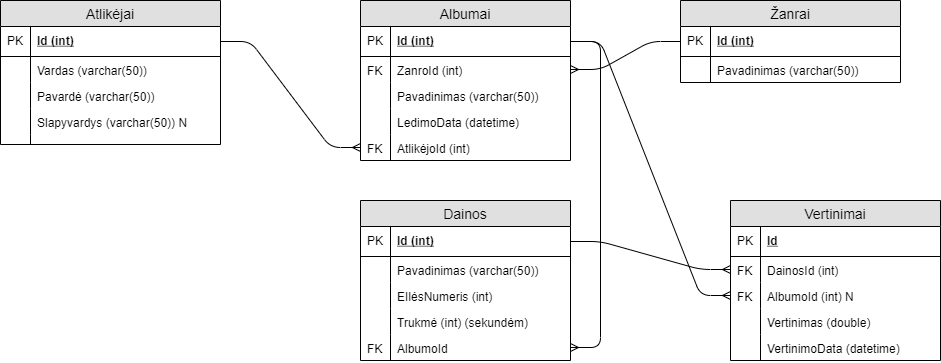
jur1jus/Db_testas keeps this draw.io diagram as Testas.png. Above is the earlier version. Source tidied: cells renumbered, new cells last; positions are measured from the earlier drawing's top-left corner, leaving out a move shared by most shapes. The source it was exported from:
```xml
<mxGraphModel>
  <root>
    <mxCell id="0" />
    <mxCell id="1" parent="0" />
    <mxCell id="2" value="Atlikėjai" style="swimlane;fontStyle=0;horizontal=1;startSize=26;fillColor=#e0e0e0;swimlaneFillColor=#ffffff;align=center;fontSize=14;" parent="1" vertex="1">
      <mxGeometry width="220" height="144" as="geometry" />
    </mxCell>
    <mxCell id="3" value="Id (int)" style="shape=partialRectangle;top=0;left=0;right=0;bottom=1;align=left;verticalAlign=middle;fillColor=none;spacingLeft=34;spacingRight=4;overflow=hidden;points=[[0,0.5],[1,0.5]];portConstraint=eastwest;fontStyle=5;fontSize=12;" parent="2" vertex="1">
      <mxGeometry y="26" width="220" height="30" as="geometry" />
    </mxCell>
    <mxCell id="4" value="PK" style="shape=partialRectangle;top=0;left=0;bottom=0;fillColor=none;align=left;verticalAlign=middle;spacingLeft=4;spacingRight=4;overflow=hidden;fontSize=12;" parent="3" vertex="1">
      <mxGeometry width="30" height="30" as="geometry" />
    </mxCell>
    <mxCell id="5" value="Vardas (varchar(50))" style="shape=partialRectangle;top=0;left=0;right=0;bottom=0;align=left;verticalAlign=top;fillColor=none;spacingLeft=34;spacingRight=4;overflow=hidden;fontSize=12;" parent="2" vertex="1">
      <mxGeometry y="56" width="220" height="26" as="geometry" />
    </mxCell>
    <mxCell id="6" style="shape=partialRectangle;top=0;left=0;bottom=0;fillColor=none;align=left;verticalAlign=top;spacingLeft=4;spacingRight=4;overflow=hidden;fontSize=12;" parent="5" vertex="1">
      <mxGeometry width="30" height="26" as="geometry" />
    </mxCell>
    <mxCell id="7" value="Pavardė (varchar(50))" style="shape=partialRectangle;top=0;left=0;right=0;bottom=0;align=left;verticalAlign=top;fillColor=none;spacingLeft=34;spacingRight=4;overflow=hidden;fontSize=12;" parent="2" vertex="1">
      <mxGeometry y="82" width="220" height="26" as="geometry" />
    </mxCell>
    <mxCell id="8" style="shape=partialRectangle;top=0;left=0;bottom=0;fillColor=none;align=left;verticalAlign=top;spacingLeft=4;spacingRight=4;overflow=hidden;fontSize=12;" parent="7" vertex="1">
      <mxGeometry width="30" height="26" as="geometry" />
    </mxCell>
    <mxCell id="9" value="Slapyvardys (varchar(50)) N" style="shape=partialRectangle;top=0;left=0;right=0;bottom=0;align=left;verticalAlign=top;fillColor=none;spacingLeft=34;spacingRight=4;overflow=hidden;fontSize=12;" parent="2" vertex="1">
      <mxGeometry y="108" width="220" height="26" as="geometry" />
    </mxCell>
    <mxCell id="10" style="shape=partialRectangle;top=0;left=0;bottom=0;fillColor=none;align=left;verticalAlign=top;spacingLeft=4;spacingRight=4;overflow=hidden;fontSize=12;" parent="9" vertex="1">
      <mxGeometry width="30" height="26" as="geometry" />
    </mxCell>
    <mxCell id="11" style="shape=partialRectangle;top=0;left=0;right=0;bottom=0;align=left;verticalAlign=top;fillColor=none;spacingLeft=34;spacingRight=4;overflow=hidden;fontSize=12;" parent="2" vertex="1">
      <mxGeometry y="134" width="220" height="10" as="geometry" />
    </mxCell>
    <mxCell id="12" style="shape=partialRectangle;top=0;left=0;bottom=0;fillColor=none;align=left;verticalAlign=top;spacingLeft=4;spacingRight=4;overflow=hidden;fontSize=12;" parent="11" vertex="1">
      <mxGeometry width="30" height="10" as="geometry" />
    </mxCell>
    <mxCell id="13" value="Žanrai" style="swimlane;fontStyle=0;horizontal=1;startSize=26;fillColor=#e0e0e0;swimlaneFillColor=#ffffff;align=center;fontSize=14;" parent="1" vertex="1">
      <mxGeometry x="680" width="220" height="82" as="geometry" />
    </mxCell>
    <mxCell id="14" value="Id (int)" style="shape=partialRectangle;top=0;left=0;right=0;bottom=1;align=left;verticalAlign=middle;fillColor=none;spacingLeft=34;spacingRight=4;overflow=hidden;points=[[0,0.5],[1,0.5]];portConstraint=eastwest;fontStyle=5;fontSize=12;" parent="13" vertex="1">
      <mxGeometry y="26" width="220" height="30" as="geometry" />
    </mxCell>
    <mxCell id="15" value="PK" style="shape=partialRectangle;top=0;left=0;bottom=0;fillColor=none;align=left;verticalAlign=middle;spacingLeft=4;spacingRight=4;overflow=hidden;fontSize=12;" parent="14" vertex="1">
      <mxGeometry width="30" height="30" as="geometry" />
    </mxCell>
    <mxCell id="16" value="Pavadinimas (varchar(50))" style="shape=partialRectangle;top=0;left=0;right=0;bottom=0;align=left;verticalAlign=top;fillColor=none;spacingLeft=34;spacingRight=4;overflow=hidden;fontSize=12;" parent="13" vertex="1">
      <mxGeometry y="56" width="220" height="26" as="geometry" />
    </mxCell>
    <mxCell id="17" style="shape=partialRectangle;top=0;left=0;bottom=0;fillColor=none;align=left;verticalAlign=top;spacingLeft=4;spacingRight=4;overflow=hidden;fontSize=12;" parent="16" vertex="1">
      <mxGeometry width="30" height="26" as="geometry" />
    </mxCell>
    <mxCell id="18" value="Albumai" style="swimlane;fontStyle=0;horizontal=1;startSize=26;fillColor=#e0e0e0;swimlaneFillColor=#ffffff;align=center;fontSize=14;" parent="1" vertex="1">
      <mxGeometry x="360" width="210" height="160" as="geometry" />
    </mxCell>
    <mxCell id="19" value="Id (int)" style="shape=partialRectangle;top=0;left=0;right=0;bottom=1;align=left;verticalAlign=middle;fillColor=none;spacingLeft=34;spacingRight=4;overflow=hidden;points=[[0,0.5],[1,0.5]];portConstraint=eastwest;fontStyle=5;fontSize=12;" parent="18" vertex="1">
      <mxGeometry y="26" width="210" height="30" as="geometry" />
    </mxCell>
    <mxCell id="20" value="PK" style="shape=partialRectangle;top=0;left=0;bottom=0;fillColor=none;align=left;verticalAlign=middle;spacingLeft=4;spacingRight=4;overflow=hidden;fontSize=12;" parent="19" vertex="1">
      <mxGeometry width="30" height="30" as="geometry" />
    </mxCell>
    <mxCell id="21" value="ZanroId (int)" style="shape=partialRectangle;top=0;left=0;right=0;bottom=0;align=left;verticalAlign=top;fillColor=none;spacingLeft=34;spacingRight=4;overflow=hidden;points=[[0,0.5],[1,0.5]];portConstraint=eastwest;fontSize=12;" parent="18" vertex="1">
      <mxGeometry y="56" width="210" height="26" as="geometry" />
    </mxCell>
    <mxCell id="22" value="FK" style="shape=partialRectangle;top=0;left=0;bottom=0;fillColor=none;align=left;verticalAlign=top;spacingLeft=4;spacingRight=4;overflow=hidden;fontSize=12;" parent="21" vertex="1">
      <mxGeometry width="30" height="26" as="geometry" />
    </mxCell>
    <mxCell id="23" value="Pavadinimas (varchar(50))" style="shape=partialRectangle;top=0;left=0;right=0;bottom=0;align=left;verticalAlign=top;fillColor=none;spacingLeft=34;spacingRight=4;overflow=hidden;fontSize=12;" parent="18" vertex="1">
      <mxGeometry y="82" width="210" height="26" as="geometry" />
    </mxCell>
    <mxCell id="24" style="shape=partialRectangle;top=0;left=0;bottom=0;fillColor=none;align=left;verticalAlign=top;spacingLeft=4;spacingRight=4;overflow=hidden;fontSize=12;" parent="23" vertex="1">
      <mxGeometry width="30" height="26" as="geometry" />
    </mxCell>
    <mxCell id="25" value="LedimoData (datetime)" style="shape=partialRectangle;top=0;left=0;right=0;bottom=0;align=left;verticalAlign=top;fillColor=none;spacingLeft=34;spacingRight=4;overflow=hidden;fontSize=12;" parent="18" vertex="1">
      <mxGeometry y="108" width="210" height="26" as="geometry" />
    </mxCell>
    <mxCell id="26" style="shape=partialRectangle;top=0;left=0;bottom=0;fillColor=none;align=left;verticalAlign=top;spacingLeft=4;spacingRight=4;overflow=hidden;fontSize=12;" parent="25" vertex="1">
      <mxGeometry width="30" height="26" as="geometry" />
    </mxCell>
    <mxCell id="27" value="AtlikėjoId (int)" style="shape=partialRectangle;top=0;left=0;right=0;bottom=0;align=left;verticalAlign=top;fillColor=none;spacingLeft=34;spacingRight=4;overflow=hidden;points=[[0,0.5],[1,0.5]];portConstraint=eastwest;fontSize=12;" parent="18" vertex="1">
      <mxGeometry y="134" width="210" height="26" as="geometry" />
    </mxCell>
    <mxCell id="28" value="FK" style="shape=partialRectangle;top=0;left=0;bottom=0;fillColor=none;align=left;verticalAlign=top;spacingLeft=4;spacingRight=4;overflow=hidden;fontSize=12;" parent="27" vertex="1">
      <mxGeometry width="30" height="26" as="geometry" />
    </mxCell>
    <mxCell id="29" style="edgeStyle=entityRelationEdgeStyle;fontSize=12;html=1;endArrow=ERmany;" parent="1" edge="1" source="14" target="21">
      <mxGeometry relative="1" as="geometry" />
    </mxCell>
    <mxCell id="30" style="edgeStyle=entityRelationEdgeStyle;fontSize=12;html=1;endArrow=ERmany;entryX=0;entryY=0.5;entryDx=0;entryDy=0;" parent="1" edge="1" source="3" target="27">
      <mxGeometry relative="1" as="geometry" />
    </mxCell>
    <mxCell id="31" value="Dainos" style="swimlane;fontStyle=0;horizontal=1;startSize=26;fillColor=#e0e0e0;swimlaneFillColor=#ffffff;align=center;fontSize=14;" parent="1" vertex="1">
      <mxGeometry x="360" y="200" width="210" height="160" as="geometry" />
    </mxCell>
    <mxCell id="32" value="Id (int)" style="shape=partialRectangle;top=0;left=0;right=0;bottom=1;align=left;verticalAlign=middle;fillColor=none;spacingLeft=34;spacingRight=4;overflow=hidden;points=[[0,0.5],[1,0.5]];portConstraint=eastwest;fontStyle=5;fontSize=12;" parent="31" vertex="1">
      <mxGeometry y="26" width="210" height="30" as="geometry" />
    </mxCell>
    <mxCell id="33" value="PK" style="shape=partialRectangle;top=0;left=0;bottom=0;fillColor=none;align=left;verticalAlign=middle;spacingLeft=4;spacingRight=4;overflow=hidden;fontSize=12;" parent="32" vertex="1">
      <mxGeometry width="30" height="30" as="geometry" />
    </mxCell>
    <mxCell id="34" value="Pavadinimas (varchar(50))" style="shape=partialRectangle;top=0;left=0;right=0;bottom=0;align=left;verticalAlign=top;fillColor=none;spacingLeft=34;spacingRight=4;overflow=hidden;fontSize=12;" parent="31" vertex="1">
      <mxGeometry y="56" width="210" height="26" as="geometry" />
    </mxCell>
    <mxCell id="35" style="shape=partialRectangle;top=0;left=0;bottom=0;fillColor=none;align=left;verticalAlign=top;spacingLeft=4;spacingRight=4;overflow=hidden;fontSize=12;" parent="34" vertex="1">
      <mxGeometry width="30" height="26" as="geometry" />
    </mxCell>
    <mxCell id="36" value="EIlėsNumeris (int)" style="shape=partialRectangle;top=0;left=0;right=0;bottom=0;align=left;verticalAlign=top;fillColor=none;spacingLeft=34;spacingRight=4;overflow=hidden;fontSize=12;" parent="31" vertex="1">
      <mxGeometry y="82" width="210" height="26" as="geometry" />
    </mxCell>
    <mxCell id="37" style="shape=partialRectangle;top=0;left=0;bottom=0;fillColor=none;align=left;verticalAlign=top;spacingLeft=4;spacingRight=4;overflow=hidden;fontSize=12;" parent="36" vertex="1">
      <mxGeometry width="30" height="26" as="geometry" />
    </mxCell>
    <mxCell id="38" value="Trukmė (int) (sekundėm)" style="shape=partialRectangle;top=0;left=0;right=0;bottom=0;align=left;verticalAlign=top;fillColor=none;spacingLeft=34;spacingRight=4;overflow=hidden;fontSize=12;" parent="31" vertex="1">
      <mxGeometry y="108" width="210" height="26" as="geometry" />
    </mxCell>
    <mxCell id="39" style="shape=partialRectangle;top=0;left=0;bottom=0;fillColor=none;align=left;verticalAlign=top;spacingLeft=4;spacingRight=4;overflow=hidden;fontSize=12;" parent="38" vertex="1">
      <mxGeometry width="30" height="26" as="geometry" />
    </mxCell>
    <mxCell id="40" value="AlbumoId" style="shape=partialRectangle;top=0;left=0;right=0;bottom=0;align=left;verticalAlign=top;fillColor=none;spacingLeft=34;spacingRight=4;overflow=hidden;points=[[0,0.5],[1,0.5]];portConstraint=eastwest;fontSize=12;" parent="31" vertex="1">
      <mxGeometry y="134" width="210" height="26" as="geometry" />
    </mxCell>
    <mxCell id="41" value="FK" style="shape=partialRectangle;top=0;left=0;bottom=0;fillColor=none;align=left;verticalAlign=top;spacingLeft=4;spacingRight=4;overflow=hidden;fontSize=12;" parent="40" vertex="1">
      <mxGeometry width="30" height="26" as="geometry" />
    </mxCell>
    <mxCell id="42" value="Vertinimai" style="swimlane;fontStyle=0;horizontal=1;startSize=26;fillColor=#e0e0e0;swimlaneFillColor=#ffffff;align=center;fontSize=14;" parent="1" vertex="1">
      <mxGeometry x="730" y="200" width="210" height="160" as="geometry" />
    </mxCell>
    <mxCell id="43" value="Id" style="shape=partialRectangle;top=0;left=0;right=0;bottom=1;align=left;verticalAlign=middle;fillColor=none;spacingLeft=34;spacingRight=4;overflow=hidden;fontStyle=5;fontSize=12;" parent="42" vertex="1">
      <mxGeometry y="26" width="210" height="30" as="geometry" />
    </mxCell>
    <mxCell id="44" value="PK" style="shape=partialRectangle;top=0;left=0;bottom=0;fillColor=none;align=left;verticalAlign=middle;spacingLeft=4;spacingRight=4;overflow=hidden;fontSize=12;" parent="43" vertex="1">
      <mxGeometry width="30" height="30" as="geometry" />
    </mxCell>
    <mxCell id="45" value="DainosId (int)" style="shape=partialRectangle;top=0;left=0;right=0;bottom=0;align=left;verticalAlign=top;fillColor=none;spacingLeft=34;spacingRight=4;overflow=hidden;points=[[0,0.5],[1,0.5]];portConstraint=eastwest;fontSize=12;" parent="42" vertex="1">
      <mxGeometry y="56" width="210" height="26" as="geometry" />
    </mxCell>
    <mxCell id="46" value="FK" style="shape=partialRectangle;top=0;left=0;bottom=0;fillColor=none;align=left;verticalAlign=top;spacingLeft=4;spacingRight=4;overflow=hidden;fontSize=12;" parent="45" vertex="1">
      <mxGeometry width="30" height="26" as="geometry" />
    </mxCell>
    <mxCell id="47" value="AlbumoId (int) N" style="shape=partialRectangle;top=0;left=0;right=0;bottom=0;align=left;verticalAlign=top;fillColor=none;spacingLeft=34;spacingRight=4;overflow=hidden;points=[[0,0.5],[1,0.5]];portConstraint=eastwest;fontSize=12;" parent="42" vertex="1">
      <mxGeometry y="82" width="210" height="26" as="geometry" />
    </mxCell>
    <mxCell id="48" value="FK" style="shape=partialRectangle;top=0;left=0;bottom=0;fillColor=none;align=left;verticalAlign=top;spacingLeft=4;spacingRight=4;overflow=hidden;fontSize=12;" parent="47" vertex="1">
      <mxGeometry width="30" height="26" as="geometry" />
    </mxCell>
    <mxCell id="49" value="Vertinimas (double)" style="shape=partialRectangle;top=0;left=0;right=0;bottom=0;align=left;verticalAlign=top;fillColor=none;spacingLeft=34;spacingRight=4;overflow=hidden;fontSize=12;" parent="42" vertex="1">
      <mxGeometry y="108" width="210" height="26" as="geometry" />
    </mxCell>
    <mxCell id="50" style="shape=partialRectangle;top=0;left=0;bottom=0;fillColor=none;align=left;verticalAlign=top;spacingLeft=4;spacingRight=4;overflow=hidden;fontSize=12;" parent="49" vertex="1">
      <mxGeometry width="30" height="26" as="geometry" />
    </mxCell>
    <mxCell id="51" value="VertinimoData (datetime)" style="shape=partialRectangle;top=0;left=0;right=0;bottom=0;align=left;verticalAlign=top;fillColor=none;spacingLeft=34;spacingRight=4;overflow=hidden;fontSize=12;" parent="42" vertex="1">
      <mxGeometry y="134" width="210" height="26" as="geometry" />
    </mxCell>
    <mxCell id="52" style="shape=partialRectangle;top=0;left=0;bottom=0;fillColor=none;align=left;verticalAlign=top;spacingLeft=4;spacingRight=4;overflow=hidden;fontSize=12;" parent="51" vertex="1">
      <mxGeometry width="30" height="26" as="geometry" />
    </mxCell>
    <mxCell id="53" style="edgeStyle=entityRelationEdgeStyle;fontSize=12;html=1;endArrow=ERmany;exitX=1;exitY=0.5;exitDx=0;exitDy=0;" parent="1" edge="1" source="19" target="40">
      <mxGeometry relative="1" as="geometry" />
    </mxCell>
    <mxCell id="54" style="edgeStyle=entityRelationEdgeStyle;fontSize=12;html=1;endArrow=ERmany;" parent="1" edge="1" source="32" target="45">
      <mxGeometry relative="1" as="geometry" />
    </mxCell>
    <mxCell id="55" style="edgeStyle=entityRelationEdgeStyle;fontSize=12;html=1;endArrow=ERmany;exitX=1;exitY=0.5;exitDx=0;exitDy=0;" parent="1" edge="1" source="19" target="47">
      <mxGeometry relative="1" as="geometry" />
    </mxCell>
  </root>
</mxGraphModel>
```
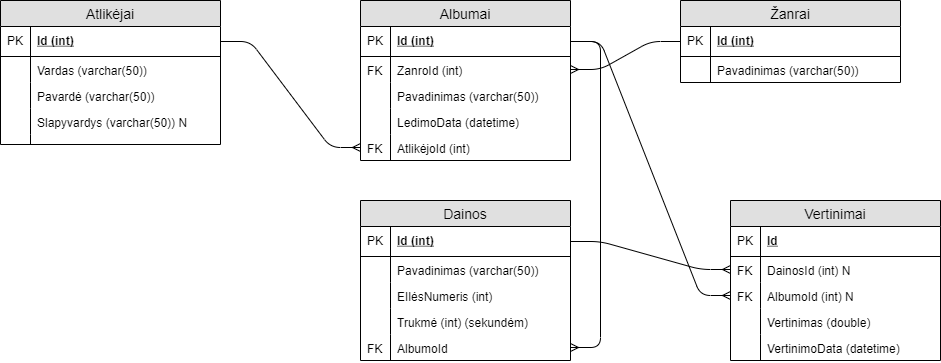
Later version of the same file.

Commit message:
Pakoreguotas paveiksliukas

The edit, as a diff of the source:
```diff
@@ -131,7 +131,7 @@
     <mxCell id="44" value="PK" style="shape=partialRectangle;top=0;left=0;bottom=0;fillColor=none;align=left;verticalAlign=middle;spacingLeft=4;spacingRight=4;overflow=hidden;fontSize=12;" parent="43" vertex="1">
       <mxGeometry width="30" height="30" as="geometry" />
     </mxCell>
-    <mxCell id="45" value="DainosId (int)" style="shape=partialRectangle;top=0;left=0;right=0;bottom=0;align=left;verticalAlign=top;fillColor=none;spacingLeft=34;spacingRight=4;overflow=hidden;points=[[0,0.5],[1,0.5]];portConstraint=eastwest;fontSize=12;" parent="42" vertex="1">
+    <mxCell id="45" value="DainosId (int) N" style="shape=partialRectangle;top=0;left=0;right=0;bottom=0;align=left;verticalAlign=top;fillColor=none;spacingLeft=34;spacingRight=4;overflow=hidden;points=[[0,0.5],[1,0.5]];portConstraint=eastwest;fontSize=12;" parent="42" vertex="1">
       <mxGeometry y="56" width="210" height="26" as="geometry" />
     </mxCell>
     <mxCell id="46" value="FK" style="shape=partialRectangle;top=0;left=0;bottom=0;fillColor=none;align=left;verticalAlign=top;spacingLeft=4;spacingRight=4;overflow=hidden;fontSize=12;" parent="45" vertex="1">
```
